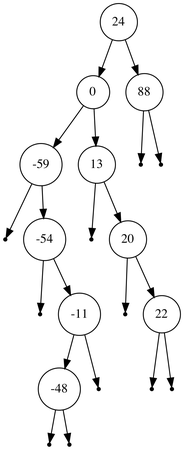
mickey-is-codin/data-structures keeps this Graphviz diagram as binary-trees/graphviz/rand_tree.png. Above is the earlier version. Its source is kept beside it as binary-trees/graphviz/rand_tree.dot.
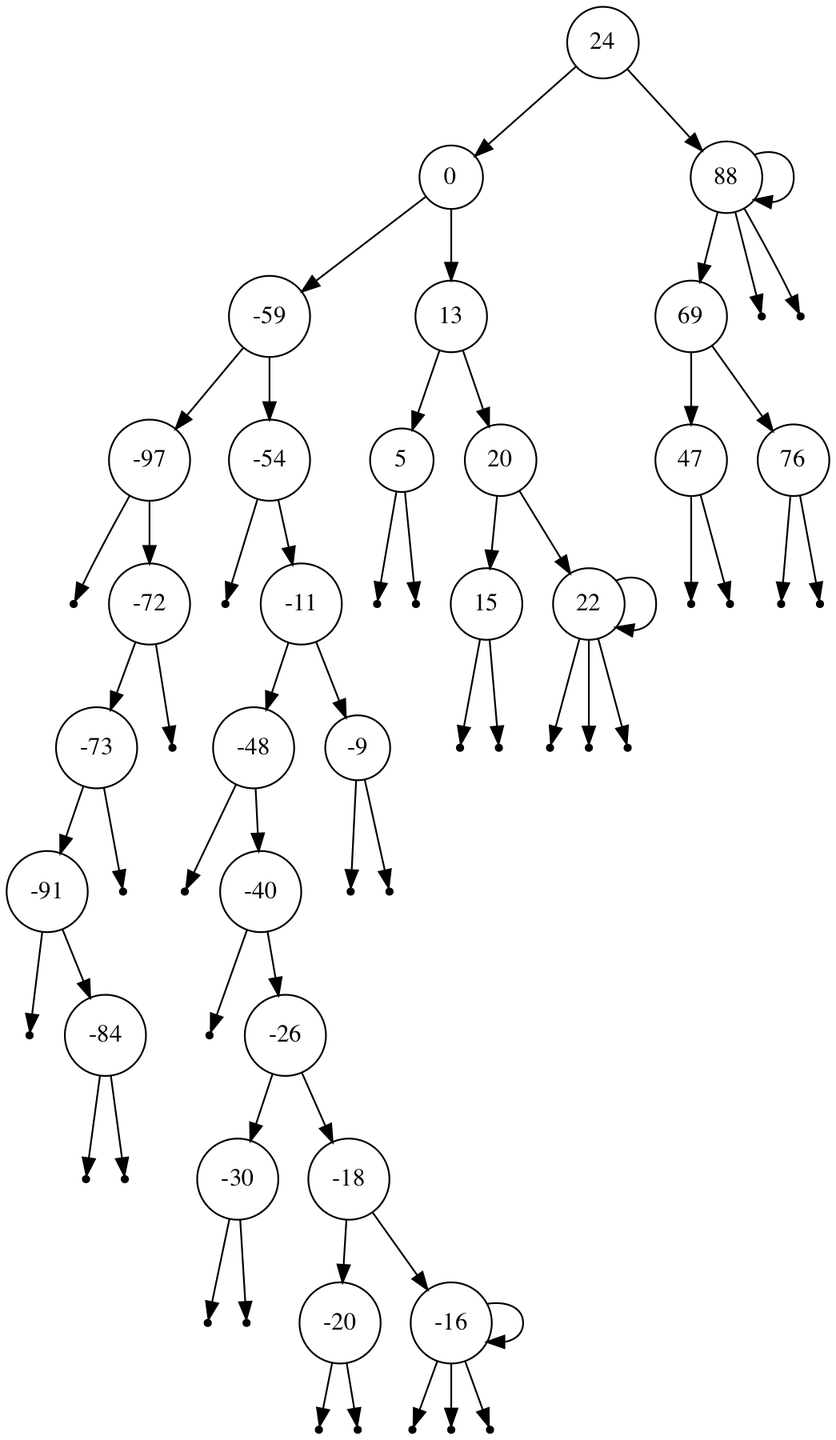
Later version of the same file.

The edit, as a diff of the source:
```diff
@@ -6,31 +6,91 @@
 	24 -> 88;
 	0 -> -59;
 	0 -> 13;
+	-59 -> -97;
+	-59 -> -54;
 null1 [shape=point];
-	-59 -> null1;
-	-59 -> -54;
-null2 [shape=point];
-	-54 -> null2;
+	-97 -> null1;
+	-97 -> -72;
+	-72 -> -73;
+null2 [shape=point]
+	-72 -> null2;
+	-73 -> -91;
+null3 [shape=point]
+	-73 -> null3;
+null4 [shape=point];
+	-91 -> null4;
+	-91 -> -84;
+null5 [shape=point];
+	-84 -> null5;
+null6 [shape=point]
+	-84 -> null6;
+null7 [shape=point];
+	-54 -> null7;
 	-54 -> -11;
 	-11 -> -48;
-null3 [shape=point]
-	-11 -> null3;
-null4 [shape=point];
-	-48 -> null4;
-null5 [shape=point]
-	-48 -> null5;
-null6 [shape=point];
-	13 -> null6;
+	-11 -> -9;
+null8 [shape=point];
+	-48 -> null8;
+	-48 -> -40;
+null9 [shape=point];
+	-40 -> null9;
+	-40 -> -26;
+	-26 -> -30;
+	-26 -> -18;
+null10 [shape=point];
+	-30 -> null10;
+null11 [shape=point]
+	-30 -> null11;
+	-18 -> -20;
+	-18 -> -16;
+null12 [shape=point];
+	-20 -> null12;
+null13 [shape=point]
+	-20 -> null13;
+null14 [shape=point];
+	-16 -> null14;
+	-16 -> -16;
+null15 [shape=point];
+	-16 -> null15;
+null16 [shape=point]
+	-16 -> null16;
+null17 [shape=point];
+	-9 -> null17;
+null18 [shape=point]
+	-9 -> null18;
+	13 -> 5;
 	13 -> 20;
-null7 [shape=point];
-	20 -> null7;
+null19 [shape=point];
+	5 -> null19;
+null20 [shape=point]
+	5 -> null20;
+	20 -> 15;
 	20 -> 22;
-null8 [shape=point];
-	22 -> null8;
-null9 [shape=point]
-	22 -> null9;
-null10 [shape=point];
-	88 -> null10;
-null11 [shape=point]
-	88 -> null11;
+null21 [shape=point];
+	15 -> null21;
+null22 [shape=point]
+	15 -> null22;
+null23 [shape=point];
+	22 -> null23;
+	22 -> 22;
+null24 [shape=point];
+	22 -> null24;
+null25 [shape=point]
+	22 -> null25;
+	88 -> 69;
+	88 -> 88;
+	69 -> 47;
+	69 -> 76;
+null26 [shape=point];
+	47 -> null26;
+null27 [shape=point]
+	47 -> null27;
+null28 [shape=point];
+	76 -> null28;
+null29 [shape=point]
+	76 -> null29;
+null30 [shape=point];
+	88 -> null30;
+null31 [shape=point]
+	88 -> null31;
 }
```
